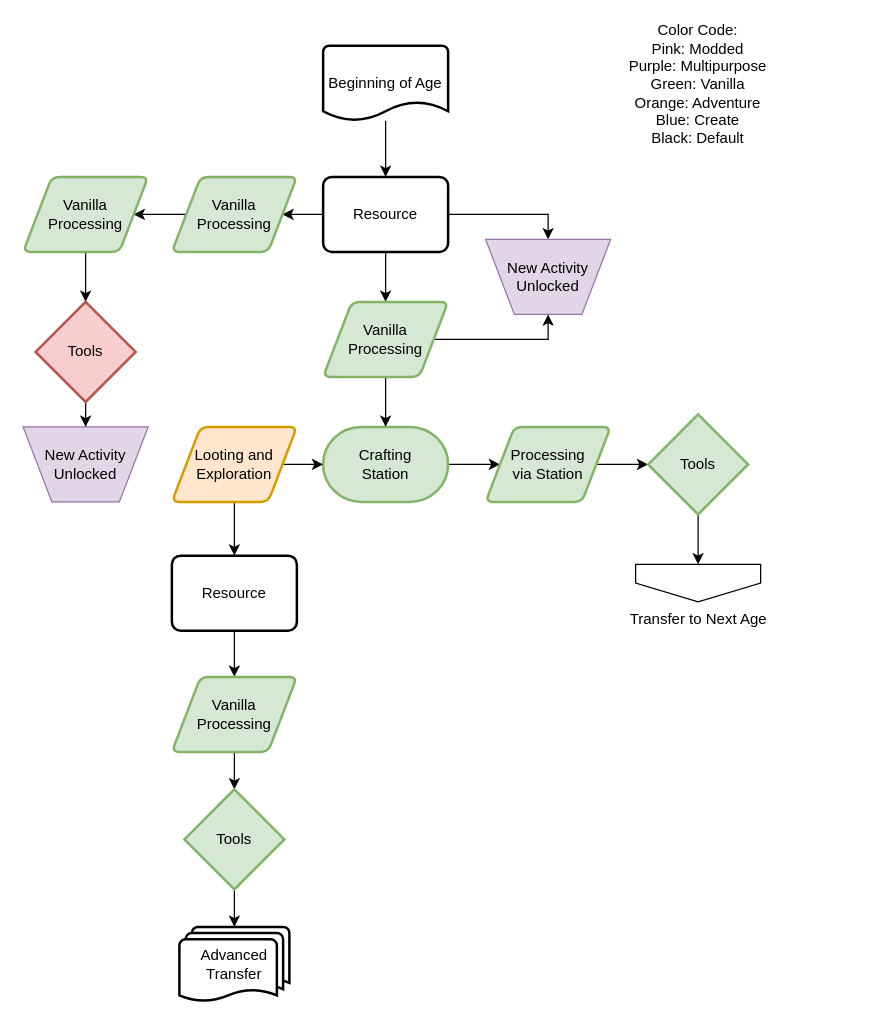
This is page "Ruleset" (1 of 8) of flowcharts/progression.drawio from MeepishRealms/Cog, a draw.io file, before an edit. Source tidied: cells renumbered, new cells numbered last; positions are measured from the earlier drawing's top-left corner, leaving out a move shared by most shapes. Both pictures are drawn from the tidied source at 125%, with x=0, y=0 at pixel (22, 45).
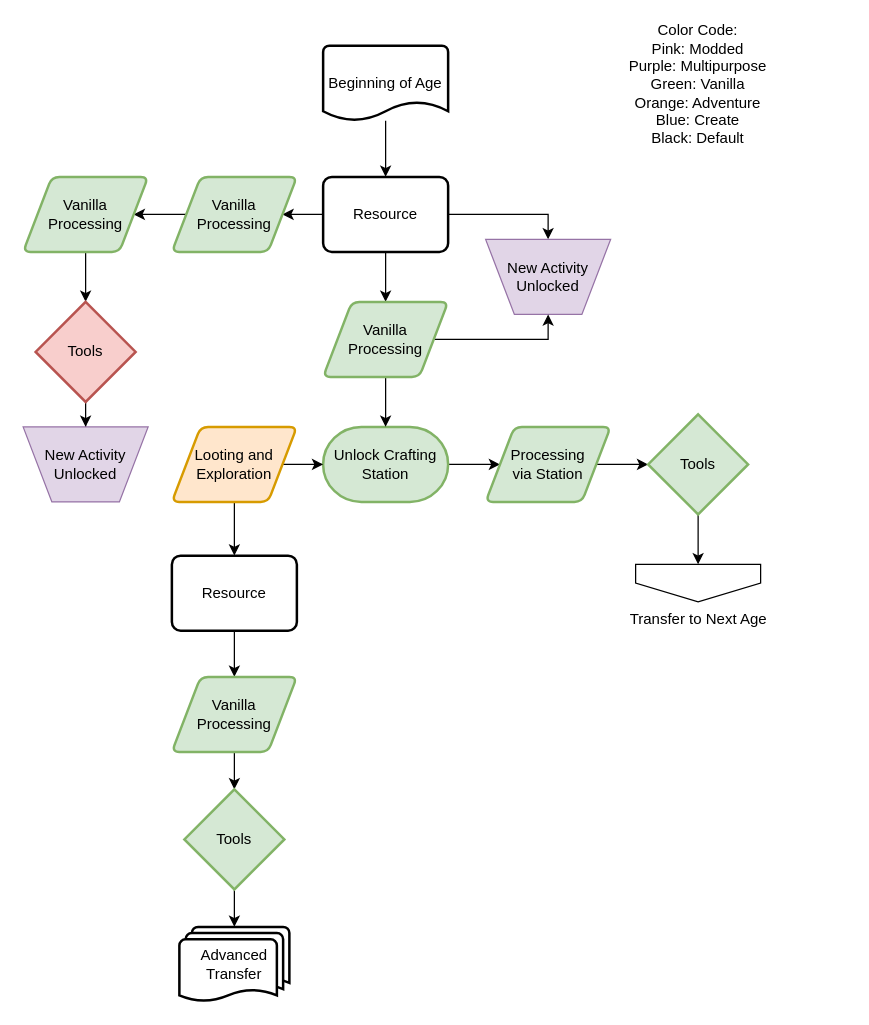
The same page after the edit.

The edit, as a diff of the source:
```diff
@@
-    <mxCell id="10" value="Crafting&lt;br&gt;Station" style="strokeWidth=2;html=1;shape=mxgraph.flowchart.terminator;whiteSpace=wrap;fillColor=#d5e8d4;strokeColor=#82b366;" parent="1" vertex="1">
+    <mxCell id="10" value="Unlock Crafting&lt;br&gt;Station" style="strokeWidth=2;html=1;shape=mxgraph.flowchart.terminator;whiteSpace=wrap;fillColor=#d5e8d4;strokeColor=#82b366;" parent="1" vertex="1">
       <mxGeometry x="240" y="305" width="100" height="60" as="geometry" />
     </mxCell>
```
